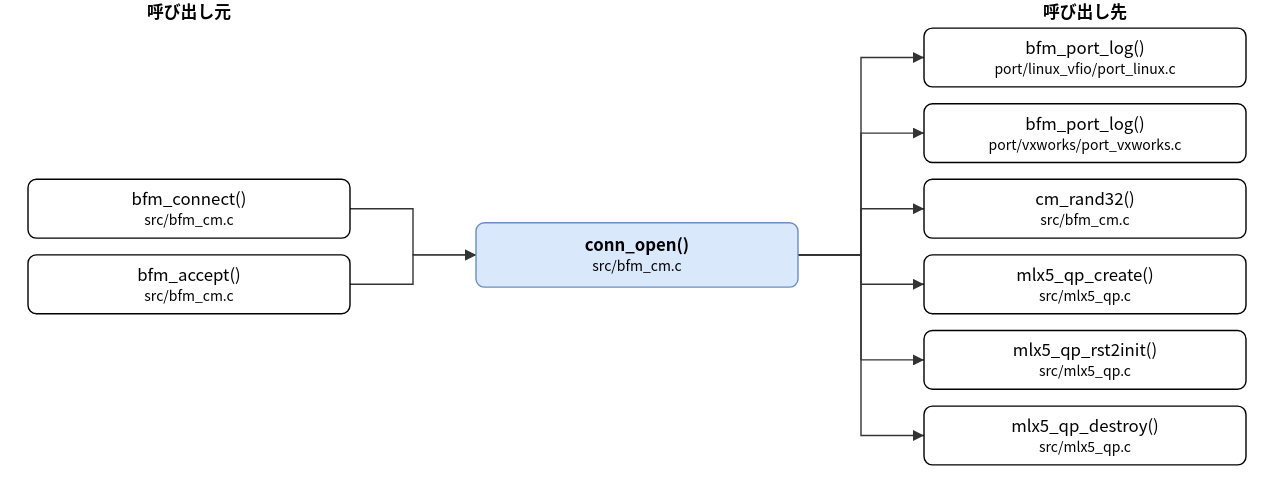
Earlier version of the draw.io export doc/spec/images/call_src_bfm_cm-conn_open.drawio.svg (hf355051012-ai/bfmem). Source tidied: cells renumbered, new cells last; positions are measured from the earlier drawing's top-left corner, leaving out a move shared by most shapes.
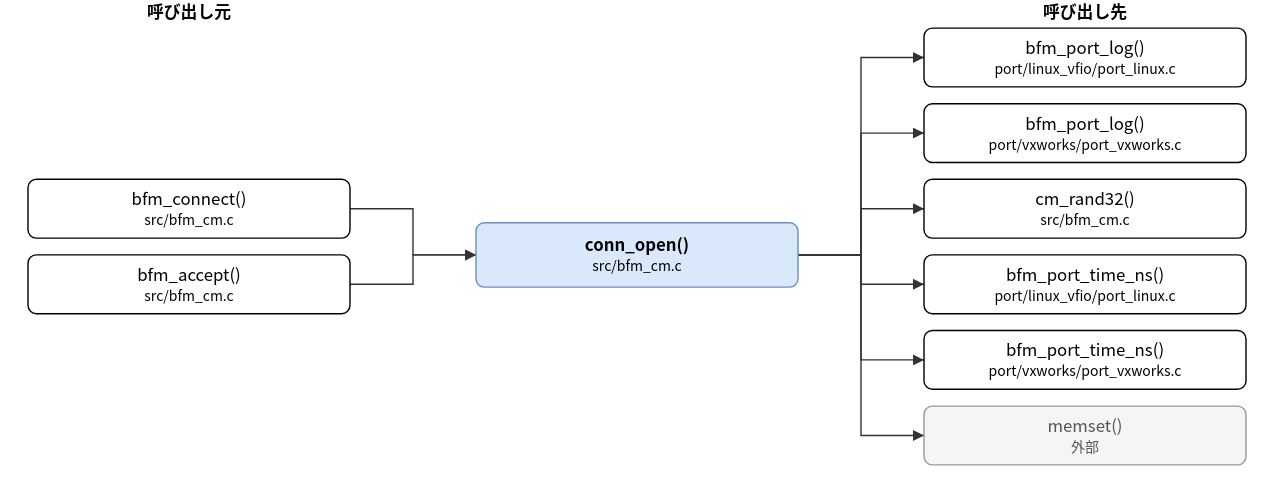
Later version of the same file.

Change to the diagram source:
```diff
@@ -20,13 +20,13 @@
     <mxCell id="7" value="cm_rand32()&lt;br&gt;&lt;font style=&quot;font-size:10px&quot;&gt;src/bfm_cm.c&lt;/font&gt;" style="rounded=1;whiteSpace=wrap;html=1;" parent="1" vertex="1">
       <mxGeometry x="640" y="128" width="230" height="42" as="geometry" />
     </mxCell>
-    <mxCell id="8" value="mlx5_qp_create()&lt;br&gt;&lt;font style=&quot;font-size:10px&quot;&gt;src/mlx5_qp.c&lt;/font&gt;" style="rounded=1;whiteSpace=wrap;html=1;" parent="1" vertex="1">
+    <mxCell id="8" value="bfm_port_time_ns()&lt;br&gt;&lt;font style=&quot;font-size:10px&quot;&gt;port/linux_vfio/port_linux.c&lt;/font&gt;" style="rounded=1;whiteSpace=wrap;html=1;" parent="1" vertex="1">
       <mxGeometry x="640" y="182" width="230" height="42" as="geometry" />
     </mxCell>
-    <mxCell id="9" value="mlx5_qp_rst2init()&lt;br&gt;&lt;font style=&quot;font-size:10px&quot;&gt;src/mlx5_qp.c&lt;/font&gt;" style="rounded=1;whiteSpace=wrap;html=1;" parent="1" vertex="1">
+    <mxCell id="9" value="bfm_port_time_ns()&lt;br&gt;&lt;font style=&quot;font-size:10px&quot;&gt;port/vxworks/port_vxworks.c&lt;/font&gt;" style="rounded=1;whiteSpace=wrap;html=1;" parent="1" vertex="1">
       <mxGeometry x="640" y="236" width="230" height="42" as="geometry" />
     </mxCell>
-    <mxCell id="10" value="mlx5_qp_destroy()&lt;br&gt;&lt;font style=&quot;font-size:10px&quot;&gt;src/mlx5_qp.c&lt;/font&gt;" style="rounded=1;whiteSpace=wrap;html=1;" parent="1" vertex="1">
+    <mxCell id="10" value="memset()&lt;br&gt;&lt;font style=&quot;font-size:10px&quot;&gt;外部&lt;/font&gt;" style="rounded=1;whiteSpace=wrap;html=1;fillColor=#f5f5f5;strokeColor=#999999;fontColor=#555555;" parent="1" vertex="1">
       <mxGeometry x="640" y="290" width="230" height="42" as="geometry" />
     </mxCell>
     <mxCell id="11" style="edgeStyle=none;html=1;rounded=0;endArrow=block;endFill=1;exitX=1.0000;exitY=0.5000;exitDx=0;exitDy=0;exitPerimeter=0;entryX=0.0000;entryY=0.5000;entryDx=0;entryDy=0;entryPerimeter=0;" parent="1" edge="1" source="3" target="2">
```
